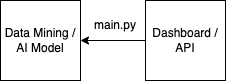
Earlier version of the draw.io export app-diagram.png (R-bellH/ki_Geo_project). Source tidied: cells renumbered, new cells last; positions are measured from the earlier drawing's top-left corner, leaving out a move shared by most shapes. Source of this version:
```xml
<mxGraphModel>
  <root>
    <mxCell id="0" />
    <mxCell id="1" parent="0" />
    <mxCell id="2" value="Dashboard / API" style="whiteSpace=wrap;html=1;" parent="1" vertex="1">
      <mxGeometry x="145" width="80" height="80" as="geometry" />
    </mxCell>
    <mxCell id="3" value="Data Mining / AI Model" style="whiteSpace=wrap;html=1;" parent="1" vertex="1">
      <mxGeometry width="80" height="80" as="geometry" />
    </mxCell>
    <mxCell id="4" style="endArrow=classic;html=1;rounded=0;entryX=1;entryY=0.5;entryDx=0;entryDy=0;exitX=0;exitY=0.5;exitDx=0;exitDy=0;" parent="1" edge="1" source="2" target="3">
      <mxGeometry relative="1" as="geometry" />
    </mxCell>
    <mxCell id="5" value="main.py" style="text;html=1;align=center;verticalAlign=middle;whiteSpace=wrap;rounded=0;" parent="1" vertex="1">
      <mxGeometry x="85" y="10" width="60" height="30" as="geometry" />
    </mxCell>
  </root>
</mxGraphModel>
```
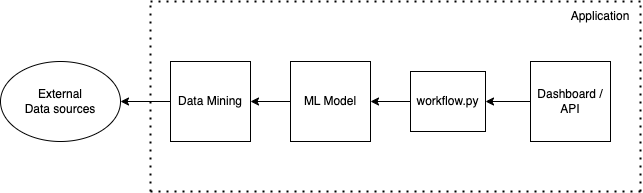
The same file after the commit.

Commit message:
readme: replace app diagram with updated one

What changed in the source:
```diff
@@ -2,17 +2,69 @@
   <root>
     <mxCell id="0" />
     <mxCell id="1" parent="0" />
+    <mxCell id="6" style="edgeStyle=orthogonalEdgeStyle;rounded=0;jettySize=auto;html=1;" parent="1" edge="1" source="2" target="9">
+      <mxGeometry relative="1" as="geometry" />
+    </mxCell>
     <mxCell id="2" value="Dashboard / API" style="whiteSpace=wrap;html=1;" parent="1" vertex="1">
-      <mxGeometry x="145" width="80" height="80" as="geometry" />
+      <mxGeometry x="280" width="80" height="80" as="geometry" />
     </mxCell>
+    <mxCell id="7" style="edgeStyle=orthogonalEdgeStyle;rounded=0;jettySize=auto;html=1;" parent="1" edge="1" source="3" target="13">
+      <mxGeometry relative="1" as="geometry" />
+    </mxCell>
-    <mxCell id="3" value="Data Mining / AI Model" style="whiteSpace=wrap;html=1;" parent="1" vertex="1">
-      <mxGeometry width="80" height="80" as="geometry" />
+    <mxCell id="3" value="Data Mining" style="whiteSpace=wrap;html=1;" parent="1" vertex="1">
+      <mxGeometry x="-80" width="80" height="80" as="geometry" />
     </mxCell>
-    <mxCell id="4" style="endArrow=classic;html=1;rounded=0;entryX=1;entryY=0.5;entryDx=0;entryDy=0;exitX=0;exitY=0.5;exitDx=0;exitDy=0;" parent="1" edge="1" source="2" target="3">
-      <mxGeometry relative="1" as="geometry" />
+    <mxCell id="4" style="endArrow=classic;html=1;rounded=0;" parent="1" edge="1" source="12">
+      <mxGeometry relative="1" as="geometry">
+        <mxPoint x="60" y="40" as="targetPoint" />
+      </mxGeometry>
     </mxCell>
-    <mxCell id="5" value="main.py" style="text;html=1;align=center;verticalAlign=middle;whiteSpace=wrap;rounded=0;" parent="1" vertex="1">
-      <mxGeometry x="85" y="10" width="60" height="30" as="geometry" />
-    </mxCell>
+    <mxCell id="8" style="edgeStyle=orthogonalEdgeStyle;rounded=0;jettySize=auto;html=1;" parent="1" edge="1" source="9" target="12">
+      <mxGeometry relative="1" as="geometry" />
+    </mxCell>
+    <mxCell id="9" value="workflow.py" style="rounded=0;whiteSpace=wrap;html=1;" parent="1" vertex="1">
+      <mxGeometry x="160" y="10" width="75" height="60" as="geometry" />
+    </mxCell>
+    <mxCell id="10" style="endArrow=classic;html=1;rounded=0;" parent="1" edge="1" target="12">
+      <mxGeometry relative="1" as="geometry">
+        <mxPoint x="110" y="40" as="sourcePoint" />
+      </mxGeometry>
+    </mxCell>
+    <mxCell id="11" style="edgeStyle=orthogonalEdgeStyle;rounded=0;jettySize=auto;html=1;" parent="1" edge="1" source="12" target="3">
+      <mxGeometry relative="1" as="geometry" />
+    </mxCell>
+    <mxCell id="12" value="ML Model" style="rounded=0;whiteSpace=wrap;html=1;" parent="1" vertex="1">
+      <mxGeometry x="40" width="80" height="80" as="geometry" />
+    </mxCell>
+    <mxCell id="13" value="External&lt;div&gt;Data sources&lt;/div&gt;" style="ellipse;whiteSpace=wrap;html=1;" parent="1" vertex="1">
+      <mxGeometry x="-250" width="120" height="80" as="geometry" />
+    </mxCell>
+    <mxCell id="14" style="endArrow=none;dashed=1;html=1;dashPattern=1 3;strokeWidth=2;rounded=0;" parent="1" edge="1">
+      <mxGeometry relative="1" as="geometry">
+        <mxPoint x="-100" y="-60" as="sourcePoint" />
+        <mxPoint x="390" y="-60" as="targetPoint" />
+      </mxGeometry>
+    </mxCell>
+    <mxCell id="15" style="endArrow=none;dashed=1;html=1;dashPattern=1 3;strokeWidth=2;rounded=0;" parent="1" edge="1">
+      <mxGeometry relative="1" as="geometry">
+        <mxPoint x="-100" y="130" as="sourcePoint" />
+        <mxPoint x="390" y="130" as="targetPoint" />
+      </mxGeometry>
+    </mxCell>
+    <mxCell id="16" style="endArrow=none;dashed=1;html=1;dashPattern=1 3;strokeWidth=2;rounded=0;" parent="1" edge="1">
+      <mxGeometry relative="1" as="geometry">
+        <mxPoint x="390" y="130" as="sourcePoint" />
+        <mxPoint x="390" y="-60" as="targetPoint" />
+      </mxGeometry>
+    </mxCell>
+    <mxCell id="17" style="endArrow=none;dashed=1;html=1;dashPattern=1 3;strokeWidth=2;rounded=0;" parent="1" edge="1">
+      <mxGeometry relative="1" as="geometry">
+        <mxPoint x="-100" y="130" as="sourcePoint" />
+        <mxPoint x="-100" y="-60" as="targetPoint" />
+      </mxGeometry>
+    </mxCell>
+    <mxCell id="18" value="Application" style="text;html=1;align=center;verticalAlign=middle;whiteSpace=wrap;rounded=0;" parent="1" vertex="1">
+      <mxGeometry x="320" y="-60" width="60" height="30" as="geometry" />
+    </mxCell>
   </root>
 </mxGraphModel>
```
